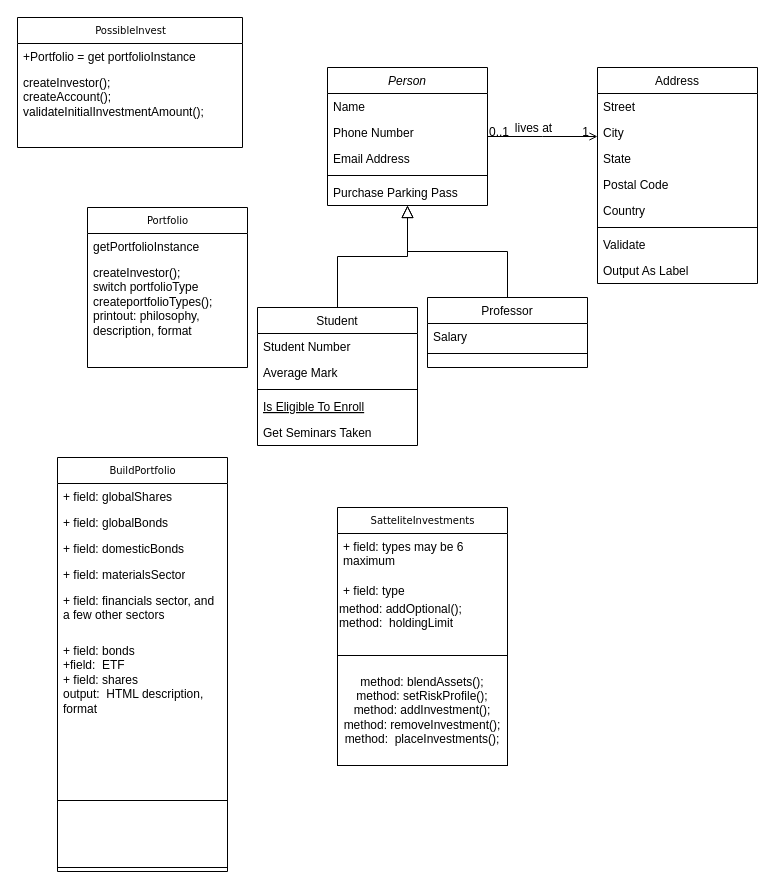
Above: Untitled Diagram.drawio in jimmyjazz31/CSSFinalProject (draw.io), before the change. Source tidied: cells renumbered, new cells numbered last; positions are measured from the earlier drawing's top-left corner, leaving out a move shared by most shapes. Both pictures are drawn from the tidied source at 100%, with x=0, y=0 at pixel (17, 17).
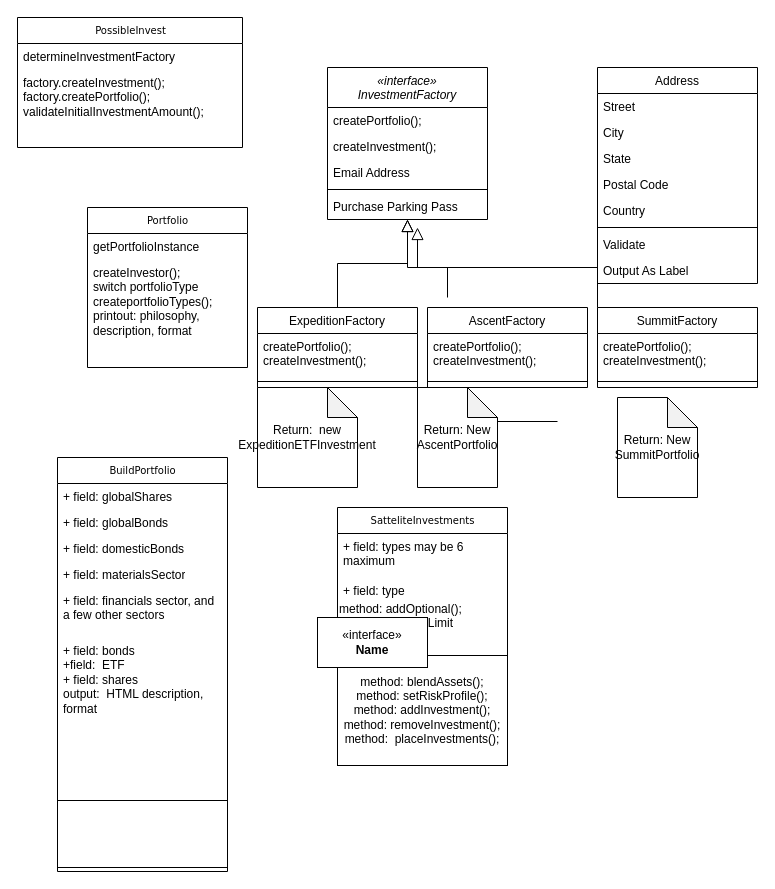
Above is the later version.

Unchanged cells that the change refers to:
```xml
<mxCell id="19" value="Address" style="swimlane;fontStyle=0;align=center;verticalAlign=top;horizontal=1;startSize=26;rounded=0;shadow=0;strokeWidth=1;" parent="1" vertex="1">
  <mxGeometry x="580" y="50" width="160" height="216" as="geometry" />
</mxCell>
<mxCell id="32" value="PossibleInvest" style="swimlane;html=1;fontStyle=0;horizontal=1;startSize=26;fillColor=none;swimlaneFillColor=#ffffff;rounded=0;shadow=0;comic=0;labelBackgroundColor=none;strokeWidth=1;fontFamily=Verdana;fontSize=10;align=center;" parent="1" vertex="1">
  <mxGeometry width="225" height="130" as="geometry" />
</mxCell>
```

Change to the diagram source:
```diff
@@
-    <mxCell id="2" value="Person" style="swimlane;fontStyle=2;align=center;verticalAlign=top;horizontal=1;startSize=26;rounded=0;shadow=0;strokeWidth=1;" parent="1" vertex="1">
-      <mxGeometry x="310" y="50" width="160" height="138" as="geometry" />
+    <mxCell id="2" value="«interface»&#10;InvestmentFactory" style="swimlane;fontStyle=2;align=center;verticalAlign=top;horizontal=1;startSize=40;rounded=0;shadow=0;strokeWidth=1;" parent="1" vertex="1">
+      <mxGeometry x="310" y="50" width="160" height="152" as="geometry" />
     </mxCell>
-    <mxCell id="3" value="Name" style="text;align=left;verticalAlign=top;spacingLeft=4;spacingRight=4;overflow=hidden;" parent="2" vertex="1">
-      <mxGeometry y="26" width="160" height="26" as="geometry" />
+    <mxCell id="3" value="createPortfolio();" style="text;align=left;verticalAlign=top;spacingLeft=4;spacingRight=4;overflow=hidden;" parent="2" vertex="1">
+      <mxGeometry y="40" width="160" height="26" as="geometry" />
     </mxCell>
-    <mxCell id="4" value="Phone Number" style="text;align=left;verticalAlign=top;spacingLeft=4;spacingRight=4;overflow=hidden;rounded=0;shadow=0;html=0;" parent="2" vertex="1">
-      <mxGeometry y="52" width="160" height="26" as="geometry" />
+    <mxCell id="4" value="createInvestment();" style="text;align=left;verticalAlign=top;spacingLeft=4;spacingRight=4;overflow=hidden;rounded=0;shadow=0;html=0;" parent="2" vertex="1">
+      <mxGeometry y="66" width="160" height="26" as="geometry" />
     </mxCell>
     <mxCell id="5" value="Email Address" style="text;align=left;verticalAlign=top;spacingLeft=4;spacingRight=4;overflow=hidden;rounded=0;shadow=0;html=0;" parent="2" vertex="1">
-      <mxGeometry y="78" width="160" height="26" as="geometry" />
+      <mxGeometry y="92" width="160" height="26" as="geometry" />
     </mxCell>
     <mxCell id="6" style="line;html=1;strokeWidth=1;align=left;verticalAlign=middle;spacingTop=-1;spacingLeft=3;spacingRight=3;labelPosition=right;" parent="2" vertex="1">
-      <mxGeometry y="104" width="160" height="8" as="geometry" />
+      <mxGeometry y="118" width="160" height="8" as="geometry" />
     </mxCell>
     <mxCell id="7" value="Purchase Parking Pass" style="text;align=left;verticalAlign=top;spacingLeft=4;spacingRight=4;overflow=hidden;" parent="2" vertex="1">
-      <mxGeometry y="112" width="160" height="26" as="geometry" />
+      <mxGeometry y="126" width="160" height="26" as="geometry" />
     </mxCell>
-    <mxCell id="8" value="Student" style="swimlane;fontStyle=0;align=center;verticalAlign=top;horizontal=1;startSize=26;rounded=0;shadow=0;strokeWidth=1;" parent="1" vertex="1">
-      <mxGeometry x="240" y="290" width="160" height="138" as="geometry" />
+    <mxCell id="8" value="ExpeditionFactory" style="swimlane;fontStyle=0;align=center;verticalAlign=top;horizontal=1;startSize=26;rounded=0;shadow=0;strokeWidth=1;" parent="1" vertex="1">
+      <mxGeometry x="240" y="290" width="160" height="80" as="geometry" />
     </mxCell>
-    <mxCell id="9" value="Student Number" style="text;align=left;verticalAlign=top;spacingLeft=4;spacingRight=4;overflow=hidden;" parent="8" vertex="1">
-      <mxGeometry y="26" width="160" height="26" as="geometry" />
+    <mxCell id="9" value="createPortfolio();&#10;createInvestment();&#10;" style="text;align=left;verticalAlign=top;spacingLeft=4;spacingRight=4;overflow=hidden;" parent="8" vertex="1">
+      <mxGeometry y="26" width="160" height="44" as="geometry" />
     </mxCell>
-    <mxCell id="10" value="Average Mark" style="text;align=left;verticalAlign=top;spacingLeft=4;spacingRight=4;overflow=hidden;rounded=0;shadow=0;html=0;" parent="8" vertex="1">
-      <mxGeometry y="52" width="160" height="26" as="geometry" />
-    </mxCell>
     <mxCell id="11" style="line;html=1;strokeWidth=1;align=left;verticalAlign=middle;spacingTop=-1;spacingLeft=3;spacingRight=3;labelPosition=right;" parent="8" vertex="1">
-      <mxGeometry y="78" width="160" height="8" as="geometry" />
+      <mxGeometry y="70" width="160" height="8" as="geometry" />
     </mxCell>
-    <mxCell id="12" value="Is Eligible To Enroll" style="text;align=left;verticalAlign=top;spacingLeft=4;spacingRight=4;overflow=hidden;fontStyle=4;" parent="8" vertex="1">
-      <mxGeometry y="86" width="160" height="26" as="geometry" />
-    </mxCell>
-    <mxCell id="13" value="Get Seminars Taken" style="text;align=left;verticalAlign=top;spacingLeft=4;spacingRight=4;overflow=hidden;" parent="8" vertex="1">
-      <mxGeometry y="112" width="160" height="26" as="geometry" />
-    </mxCell>
@@
-    <mxCell id="15" value="Professor" style="swimlane;fontStyle=0;align=center;verticalAlign=top;horizontal=1;startSize=26;rounded=0;shadow=0;strokeWidth=1;" parent="1" vertex="1">
-      <mxGeometry x="410" y="280" width="160" height="70" as="geometry" />
-    </mxCell>
-    <mxCell id="16" value="Salary" style="text;align=left;verticalAlign=top;spacingLeft=4;spacingRight=4;overflow=hidden;" parent="15" vertex="1">
-      <mxGeometry y="26" width="160" height="26" as="geometry" />
-    </mxCell>
-    <mxCell id="17" style="line;html=1;strokeWidth=1;align=left;verticalAlign=middle;spacingTop=-1;spacingLeft=3;spacingRight=3;labelPosition=right;" parent="15" vertex="1">
-      <mxGeometry y="52" width="160" height="8" as="geometry" />
-    </mxCell>
-    <mxCell id="18" style="endArrow=block;endSize=10;endFill=0;shadow=0;strokeWidth=1;rounded=0;curved=0;edgeStyle=elbowEdgeStyle;elbow=vertical;" parent="1" edge="1" source="15" target="2">
-      <mxGeometry relative="1" as="geometry" />
+    <mxCell id="18" style="endArrow=block;endSize=10;endFill=0;shadow=0;strokeWidth=1;rounded=0;curved=0;edgeStyle=elbowEdgeStyle;elbow=vertical;" parent="1" edge="1">
+      <mxGeometry relative="1" as="geometry">
+        <mxPoint x="430" y="280" as="sourcePoint" />
+        <mxPoint x="390" y="202" as="targetPoint" />
+        <Array as="points">
+          <mxPoint x="390" y="250" />
+        </Array>
+      </mxGeometry>
     </mxCell>
@@
-    <mxCell id="28" style="endArrow=open;shadow=0;strokeWidth=1;rounded=0;curved=0;endFill=1;edgeStyle=elbowEdgeStyle;elbow=vertical;" parent="1" edge="1" source="2" target="19">
-      <mxGeometry x="0.5" y="41" relative="1" as="geometry">
-        <mxPoint x="-40" y="32" as="offset" />
-      </mxGeometry>
-    </mxCell>
-    <mxCell id="29" value="0..1" style="align=left;verticalAlign=bottom;labelBackgroundColor=none;fontSize=12;" parent="28" vertex="1">
-      <mxGeometry x="-1" relative="1" as="geometry">
-        <mxPoint y="4" as="offset" />
-      </mxGeometry>
-    </mxCell>
-    <mxCell id="30" value="1" style="align=right;verticalAlign=bottom;labelBackgroundColor=none;fontSize=12;" parent="28" vertex="1">
-      <mxGeometry x="1" relative="1" as="geometry">
-        <mxPoint x="-7" y="4" as="offset" />
-      </mxGeometry>
-    </mxCell>
-    <mxCell id="31" value="lives at" style="text;html=1;align=center;verticalAlign=middle;labelBackgroundColor=none;rounded=0;shadow=0;strokeWidth=1;fontSize=12;" parent="28" vertex="1">
-      <mxGeometry x="0.5" y="49" relative="1" as="geometry">
-        <mxPoint x="-38" y="40" as="offset" />
-      </mxGeometry>
-    </mxCell>
@@
-    <mxCell id="33" value="+Portfolio = get portfolioInstance" style="text;html=1;strokeColor=none;fillColor=none;align=left;verticalAlign=top;spacingLeft=4;spacingRight=4;whiteSpace=wrap;overflow=hidden;" parent="32" vertex="1">
+    <mxCell id="33" value="determineInvestmentFactory" style="text;html=1;strokeColor=none;fillColor=none;align=left;verticalAlign=top;spacingLeft=4;spacingRight=4;whiteSpace=wrap;overflow=hidden;" parent="32" vertex="1">
       <mxGeometry y="26" width="225" height="26" as="geometry" />
     </mxCell>
-    <mxCell id="34" value="createInvestor();&lt;div&gt;createAccount();&lt;/div&gt;&lt;div&gt;validateInitialInvestmentAmount();&lt;/div&gt;" style="text;html=1;strokeColor=none;fillColor=none;align=left;verticalAlign=top;spacingLeft=4;spacingRight=4;whiteSpace=wrap;overflow=hidden;" parent="32" vertex="1">
+    <mxCell id="34" value="factory.createInvestment();&lt;div&gt;factory.createPortfolio();&lt;/div&gt;&lt;div&gt;validateInitialInvestmentAmount();&lt;/div&gt;" style="text;html=1;strokeColor=none;fillColor=none;align=left;verticalAlign=top;spacingLeft=4;spacingRight=4;whiteSpace=wrap;overflow=hidden;" parent="32" vertex="1">
       <mxGeometry y="52" width="225" height="48" as="geometry" />
     </mxCell>
@@
+    <mxCell id="52" value="&amp;laquo;interface&amp;raquo;&lt;br&gt;&lt;b&gt;Name&lt;/b&gt;" style="html=1;whiteSpace=wrap;" parent="1" vertex="1">
+      <mxGeometry x="300" y="600" width="110" height="50" as="geometry" />
+    </mxCell>
+    <mxCell id="53" style="line;strokeWidth=1;fillColor=none;align=left;verticalAlign=middle;spacingTop=-1;spacingLeft=3;spacingRight=3;labelPosition=right;strokeColor=inherit;" parent="1" vertex="1">
+      <mxGeometry x="440" y="400" width="100" height="8" as="geometry" />
+    </mxCell>
+    <mxCell id="54" value="Return: New AscentPortfolio" style="shape=note;whiteSpace=wrap;html=1;backgroundOutline=1;darkOpacity=0.05;" parent="1" vertex="1">
+      <mxGeometry x="400" y="370" width="80" height="100" as="geometry" />
+    </mxCell>
+    <mxCell id="55" value="Return:&amp;nbsp; new ExpeditionETFInvestment" style="shape=note;whiteSpace=wrap;html=1;backgroundOutline=1;darkOpacity=0.05;" parent="1" vertex="1">
+      <mxGeometry x="240" y="370" width="100" height="100" as="geometry" />
+    </mxCell>
+    <mxCell id="56" value="AscentFactory" style="swimlane;fontStyle=0;align=center;verticalAlign=top;horizontal=1;startSize=26;rounded=0;shadow=0;strokeWidth=1;" parent="1" vertex="1">
+      <mxGeometry x="410" y="290" width="160" height="80" as="geometry" />
+    </mxCell>
+    <mxCell id="57" value="createPortfolio();&#10;createInvestment();&#10;" style="text;align=left;verticalAlign=top;spacingLeft=4;spacingRight=4;overflow=hidden;" parent="56" vertex="1">
+      <mxGeometry y="26" width="160" height="44" as="geometry" />
+    </mxCell>
+    <mxCell id="58" style="line;html=1;strokeWidth=1;align=left;verticalAlign=middle;spacingTop=-1;spacingLeft=3;spacingRight=3;labelPosition=right;" parent="56" vertex="1">
+      <mxGeometry y="70" width="160" height="8" as="geometry" />
+    </mxCell>
+    <mxCell id="59" value="SummitFactory" style="swimlane;fontStyle=0;align=center;verticalAlign=top;horizontal=1;startSize=26;rounded=0;shadow=0;strokeWidth=1;" parent="1" vertex="1">
+      <mxGeometry x="580" y="290" width="160" height="80" as="geometry" />
+    </mxCell>
+    <mxCell id="60" value="createPortfolio();&#10;createInvestment();&#10;" style="text;align=left;verticalAlign=top;spacingLeft=4;spacingRight=4;overflow=hidden;" parent="59" vertex="1">
+      <mxGeometry y="26" width="160" height="44" as="geometry" />
+    </mxCell>
+    <mxCell id="61" style="line;html=1;strokeWidth=1;align=left;verticalAlign=middle;spacingTop=-1;spacingLeft=3;spacingRight=3;labelPosition=right;" parent="59" vertex="1">
+      <mxGeometry y="70" width="160" height="8" as="geometry" />
+    </mxCell>
+    <mxCell id="62" value="Return: New SummitPortfolio" style="shape=note;whiteSpace=wrap;html=1;backgroundOutline=1;darkOpacity=0.05;" parent="1" vertex="1">
+      <mxGeometry x="600" y="380" width="80" height="100" as="geometry" />
+    </mxCell>
+    <mxCell id="63" style="endArrow=block;endSize=10;endFill=0;shadow=0;strokeWidth=1;rounded=0;curved=0;edgeStyle=elbowEdgeStyle;elbow=vertical;exitX=0;exitY=0;exitDx=0;exitDy=0;" parent="1" edge="1" source="59">
+      <mxGeometry relative="1" as="geometry">
+        <mxPoint x="400" y="210" as="targetPoint" />
+      </mxGeometry>
+    </mxCell>
```
